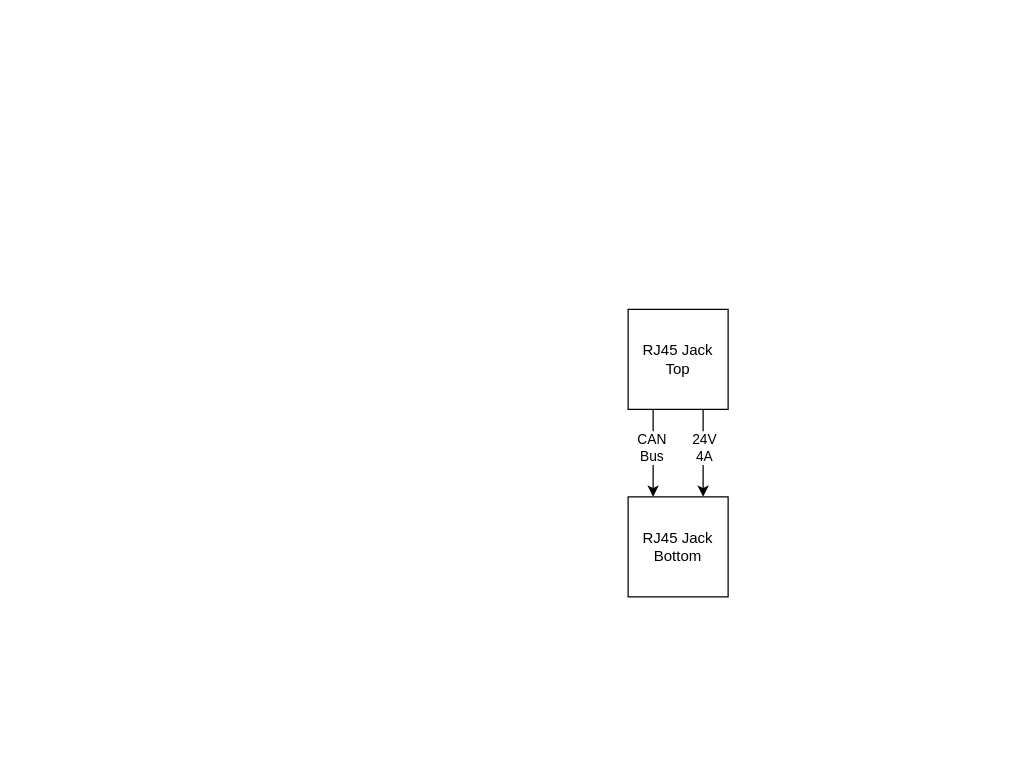
This is BlockDiagrams/NodeControllerV2Block.drawio from ProjectFishWorks/Documentation, a draw.io file, before an edit. Source tidied: cells renumbered, new cells numbered last; positions are measured from the earlier drawing's top-left corner, leaving out a move shared by most shapes. Both pictures are drawn from the tidied source at 125%, with x=0, y=0 at pixel (628, 309).
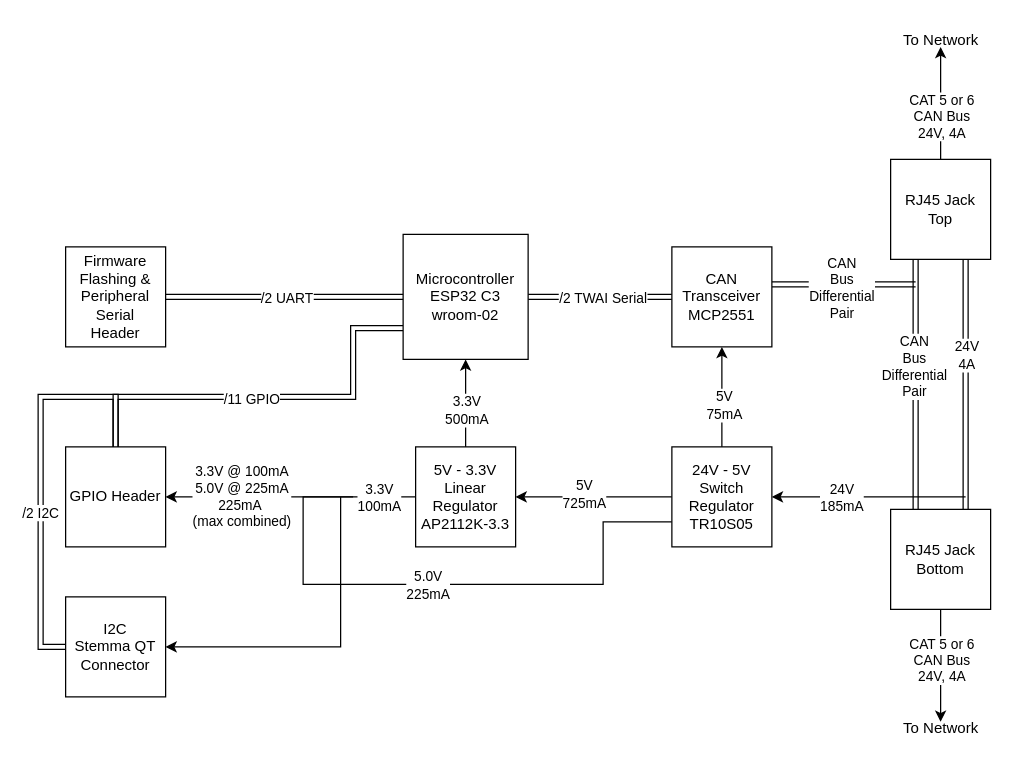
The same page after the edit.

The edit, as a diff of the source:
```diff
@@
+    <mxCell id="8" style="edgeStyle=orthogonalEdgeStyle;rounded=0;jettySize=auto;html=1;shape=link;" parent="1" edge="1" source="21">
+      <mxGeometry relative="1" as="geometry">
+        <mxPoint x="230" y="-20" as="targetPoint" />
+        <Array as="points">
+          <mxPoint x="230" y="-20" />
+        </Array>
+      </mxGeometry>
+    </mxCell>
+    <mxCell id="9" value="CAN&lt;div&gt;Bus&lt;/div&gt;&lt;div&gt;Differential&lt;br&gt;&lt;/div&gt;&lt;div&gt;Pair&lt;/div&gt;" style="edgeLabel;html=1;align=center;verticalAlign=middle;" parent="8" vertex="1">
+      <mxGeometry x="-0.29" y="-2" relative="1" as="geometry">
+        <mxPoint x="14" as="offset" />
+      </mxGeometry>
+    </mxCell>
-    <mxCell id="2" style="edgeStyle=orthogonalEdgeStyle;rounded=0;jettySize=auto;html=1;exitX=0.25;exitY=1;exitDx=0;exitDy=0;entryX=0.25;entryY=0;entryDx=0;entryDy=0;" parent="1" edge="1" source="6" target="7">
+    <mxCell id="2" style="edgeStyle=orthogonalEdgeStyle;rounded=0;jettySize=auto;html=1;exitX=0.25;exitY=1;exitDx=0;exitDy=0;entryX=0.25;entryY=0;entryDx=0;entryDy=0;shape=link;" parent="1" edge="1" source="6" target="7">
       <mxGeometry relative="1" as="geometry" />
     </mxCell>
-    <mxCell id="3" value="CAN&lt;div&gt;Bus&lt;/div&gt;" style="edgeLabel;html=1;align=center;verticalAlign=middle;" parent="2" vertex="1">
+    <mxCell id="3" value="CAN&lt;div&gt;Bus&lt;/div&gt;&lt;div&gt;Differential&lt;br&gt;&lt;/div&gt;&lt;div&gt;Pair&lt;/div&gt;" style="edgeLabel;html=1;align=center;verticalAlign=middle;" parent="2" vertex="1">
       <mxGeometry x="-0.15" y="-2" relative="1" as="geometry" />
     </mxCell>
-    <mxCell id="4" style="edgeStyle=orthogonalEdgeStyle;rounded=0;jettySize=auto;html=1;exitX=0.75;exitY=1;exitDx=0;exitDy=0;entryX=0.75;entryY=0;entryDx=0;entryDy=0;" parent="1" edge="1" source="6" target="7">
+    <mxCell id="4" style="edgeStyle=orthogonalEdgeStyle;rounded=0;jettySize=auto;html=1;exitX=0.75;exitY=1;exitDx=0;exitDy=0;entryX=0.75;entryY=0;entryDx=0;entryDy=0;shape=link;" parent="1" edge="1" source="6" target="7">
       <mxGeometry relative="1" as="geometry" />
     </mxCell>
@@
+    <mxCell id="10" style="edgeStyle=orthogonalEdgeStyle;rounded=0;jettySize=auto;html=1;" parent="1" edge="1" source="6">
+      <mxGeometry relative="1" as="geometry">
+        <mxPoint x="250" y="-210" as="targetPoint" />
+      </mxGeometry>
+    </mxCell>
+    <mxCell id="11" value="CAT 5 or 6&lt;div&gt;CAN Bus&lt;/div&gt;&lt;div&gt;24V, 4A&lt;/div&gt;" style="edgeLabel;html=1;align=center;verticalAlign=middle;" parent="10" vertex="1">
+      <mxGeometry x="-0.1" y="-1" relative="1" as="geometry">
+        <mxPoint x="-1" y="6" as="offset" />
+      </mxGeometry>
+    </mxCell>
     <mxCell id="6" value="RJ45 Jack&lt;div&gt;Top&lt;/div&gt;" style="whiteSpace=wrap;html=1;" parent="1" vertex="1">
-      <mxGeometry width="80" height="80" as="geometry" />
+      <mxGeometry x="210" y="-120" width="80" height="80" as="geometry" />
     </mxCell>
+    <mxCell id="12" style="edgeStyle=orthogonalEdgeStyle;rounded=0;jettySize=auto;html=1;" parent="1" edge="1" source="7">
+      <mxGeometry relative="1" as="geometry">
+        <mxPoint x="250" y="330" as="targetPoint" />
+      </mxGeometry>
+    </mxCell>
     <mxCell id="7" value="RJ45 Jack&lt;div&gt;Bottom&lt;/div&gt;" style="whiteSpace=wrap;html=1;" parent="1" vertex="1">
-      <mxGeometry y="150" width="80" height="80" as="geometry" />
+      <mxGeometry x="210" y="160" width="80" height="80" as="geometry" />
     </mxCell>
+    <mxCell id="13" value="To Network" style="text;html=1;align=center;verticalAlign=middle;strokeColor=none;fillColor=none;" parent="1" vertex="1">
+      <mxGeometry x="210" y="-230" width="80" height="30" as="geometry" />
+    </mxCell>
+    <mxCell id="14" value="To Network" style="text;html=1;align=center;verticalAlign=middle;strokeColor=none;fillColor=none;" parent="1" vertex="1">
+      <mxGeometry x="210" y="320" width="80" height="30" as="geometry" />
+    </mxCell>
+    <mxCell id="15" value="CAT 5 or 6&lt;div&gt;CAN Bus&lt;/div&gt;&lt;div&gt;24V, 4A&lt;/div&gt;" style="edgeLabel;html=1;align=center;verticalAlign=middle;" parent="1" vertex="1">
+      <mxGeometry x="250" y="280" as="geometry" />
+    </mxCell>
+    <mxCell id="16" style="edgeStyle=orthogonalEdgeStyle;rounded=0;jettySize=auto;html=1;entryX=0;entryY=0.5;entryDx=0;entryDy=0;shape=link;" parent="1" edge="1" source="20" target="21">
+      <mxGeometry relative="1" as="geometry" />
+    </mxCell>
+    <mxCell id="17" value="/2 TWAI Serial" style="edgeLabel;html=1;align=center;verticalAlign=middle;" parent="16" vertex="1">
+      <mxGeometry x="0.19" relative="1" as="geometry">
+        <mxPoint x="-9" as="offset" />
+      </mxGeometry>
+    </mxCell>
+    <mxCell id="18" style="edgeStyle=orthogonalEdgeStyle;rounded=0;jettySize=auto;html=1;exitX=0;exitY=0.75;exitDx=0;exitDy=0;entryX=0.5;entryY=0;entryDx=0;entryDy=0;shape=link;" parent="1" edge="1" source="20" target="40">
+      <mxGeometry relative="1" as="geometry">
+        <Array as="points">
+          <mxPoint x="-220" y="15" />
+          <mxPoint x="-220" y="70" />
+          <mxPoint x="-410" y="70" />
+        </Array>
+      </mxGeometry>
+    </mxCell>
+    <mxCell id="19" value="/11 GPIO" style="edgeLabel;html=1;align=center;verticalAlign=middle;" parent="18" vertex="1">
+      <mxGeometry x="0.09" y="1" relative="1" as="geometry" />
+    </mxCell>
+    <mxCell id="20" value="&lt;div&gt;Microcontroller&lt;/div&gt;ESP32 C3&lt;div&gt;wroom-02&lt;/div&gt;" style="whiteSpace=wrap;html=1;" parent="1" vertex="1">
+      <mxGeometry x="-180" y="-60" width="100" height="100" as="geometry" />
+    </mxCell>
+    <mxCell id="21" value="CAN Transceiver&lt;div&gt;MCP2551&lt;/div&gt;" style="whiteSpace=wrap;html=1;" parent="1" vertex="1">
+      <mxGeometry x="35" y="-50" width="80" height="80" as="geometry" />
+    </mxCell>
+    <mxCell id="22" style="edgeStyle=orthogonalEdgeStyle;rounded=0;jettySize=auto;html=1;" parent="1" edge="1" target="30">
+      <mxGeometry relative="1" as="geometry">
+        <mxPoint x="270" y="150" as="sourcePoint" />
+        <Array as="points">
+          <mxPoint x="130" y="150" />
+          <mxPoint x="130" y="150" />
+        </Array>
+      </mxGeometry>
+    </mxCell>
+    <mxCell id="23" value="24V&lt;div&gt;185mA&lt;/div&gt;" style="edgeLabel;html=1;align=center;verticalAlign=middle;" parent="22" vertex="1">
+      <mxGeometry x="-0.2" y="-2" relative="1" as="geometry">
+        <mxPoint x="-38" y="2" as="offset" />
+      </mxGeometry>
+    </mxCell>
+    <mxCell id="24" style="edgeStyle=orthogonalEdgeStyle;rounded=0;jettySize=auto;html=1;entryX=0.5;entryY=1;entryDx=0;entryDy=0;" parent="1" edge="1" source="30" target="21">
+      <mxGeometry relative="1" as="geometry" />
+    </mxCell>
+    <mxCell id="25" value="5V&lt;div&gt;75mA&lt;/div&gt;" style="edgeLabel;html=1;align=center;verticalAlign=middle;" parent="24" vertex="1">
+      <mxGeometry x="-0.14" y="-1" relative="1" as="geometry" />
+    </mxCell>
+    <mxCell id="26" style="edgeStyle=orthogonalEdgeStyle;rounded=0;jettySize=auto;html=1;entryX=1;entryY=0.5;entryDx=0;entryDy=0;" parent="1" edge="1" source="30" target="36">
+      <mxGeometry relative="1" as="geometry" />
+    </mxCell>
+    <mxCell id="27" value="&lt;div&gt;5V&lt;/div&gt;725mA" style="edgeLabel;html=1;align=center;verticalAlign=middle;" parent="26" vertex="1">
+      <mxGeometry x="0.14" y="-3" relative="1" as="geometry" />
+    </mxCell>
+    <mxCell id="28" style="edgeStyle=orthogonalEdgeStyle;rounded=0;jettySize=auto;html=1;exitX=0;exitY=0.75;exitDx=0;exitDy=0;startArrow=none;startFill=0;endArrow=none;endFill=0;" parent="1" edge="1" source="30">
+      <mxGeometry relative="1" as="geometry">
+        <mxPoint x="-220" y="150" as="targetPoint" />
+        <Array as="points">
+          <mxPoint x="-20" y="170" />
+          <mxPoint x="-20" y="220" />
+          <mxPoint x="-260" y="220" />
+          <mxPoint x="-260" y="150" />
+        </Array>
+      </mxGeometry>
+    </mxCell>
+    <mxCell id="29" value="&lt;div&gt;5.0V&lt;/div&gt;225mA" style="edgeLabel;html=1;align=center;verticalAlign=middle;" parent="28" vertex="1">
+      <mxGeometry x="0.08" relative="1" as="geometry" />
+    </mxCell>
+    <mxCell id="30" value="24V - 5V&lt;div&gt;Switch Regulator&lt;/div&gt;&lt;div&gt;TR10S05&lt;/div&gt;" style="whiteSpace=wrap;html=1;" parent="1" vertex="1">
+      <mxGeometry x="35" y="110" width="80" height="80" as="geometry" />
+    </mxCell>
+    <mxCell id="31" style="edgeStyle=orthogonalEdgeStyle;rounded=0;jettySize=auto;html=1;" parent="1" edge="1" source="36" target="20">
+      <mxGeometry relative="1" as="geometry" />
+    </mxCell>
+    <mxCell id="32" value="3.3V&lt;div&gt;500mA&lt;/div&gt;" style="edgeLabel;html=1;align=center;verticalAlign=middle;" parent="31" vertex="1">
+      <mxGeometry x="-0.14" relative="1" as="geometry" />
+    </mxCell>
+    <mxCell id="33" style="edgeStyle=orthogonalEdgeStyle;rounded=0;jettySize=auto;html=1;entryX=1;entryY=0.5;entryDx=0;entryDy=0;" parent="1" edge="1" source="36" target="40">
+      <mxGeometry relative="1" as="geometry" />
+    </mxCell>
+    <mxCell id="34" value="3.3V&lt;div&gt;100mA&lt;/div&gt;" style="edgeLabel;html=1;align=center;verticalAlign=middle;" parent="33" vertex="1">
+      <mxGeometry x="-0.43" y="1" relative="1" as="geometry">
+        <mxPoint x="27" y="-1" as="offset" />
+      </mxGeometry>
+    </mxCell>
+    <mxCell id="35" value="3.3V @ 100mA&lt;div&gt;5.0V @ 225mA&lt;br&gt;&lt;div&gt;&lt;div&gt;225mA&amp;nbsp;&lt;/div&gt;&lt;div&gt;(max combined)&lt;/div&gt;&lt;/div&gt;&lt;/div&gt;" style="edgeLabel;html=1;align=center;verticalAlign=middle;" parent="33" vertex="1">
+      <mxGeometry x="0.44" y="-1" relative="1" as="geometry">
+        <mxPoint x="4" as="offset" />
+      </mxGeometry>
+    </mxCell>
+    <mxCell id="36" value="5V - 3.3V&lt;div&gt;Linear&lt;/div&gt;&lt;div&gt;Regulator&lt;/div&gt;&lt;div&gt;AP2112K-3.3&lt;br&gt;&lt;/div&gt;" style="whiteSpace=wrap;html=1;" parent="1" vertex="1">
+      <mxGeometry x="-170" y="110" width="80" height="80" as="geometry" />
+    </mxCell>
+    <mxCell id="37" style="edgeStyle=orthogonalEdgeStyle;rounded=0;jettySize=auto;html=1;entryX=0;entryY=0.5;entryDx=0;entryDy=0;shape=link;" parent="1" edge="1" source="39" target="20">
+      <mxGeometry relative="1" as="geometry" />
+    </mxCell>
+    <mxCell id="38" value="/2 UART" style="edgeLabel;html=1;align=center;verticalAlign=middle;" parent="37" vertex="1">
+      <mxGeometry x="0.01" relative="1" as="geometry" />
+    </mxCell>
+    <mxCell id="39" value="&lt;div&gt;Firmware Flashing &amp;amp; Peripheral Serial&lt;/div&gt;&lt;div&gt;Header&lt;/div&gt;" style="whiteSpace=wrap;html=1;" parent="1" vertex="1">
+      <mxGeometry x="-450" y="-50" width="80" height="80" as="geometry" />
+    </mxCell>
+    <mxCell id="40" value="&lt;div&gt;GPIO Header&lt;/div&gt;" style="whiteSpace=wrap;html=1;" parent="1" vertex="1">
+      <mxGeometry x="-450" y="110" width="80" height="80" as="geometry" />
+    </mxCell>
+    <mxCell id="41" style="edgeStyle=orthogonalEdgeStyle;rounded=0;jettySize=auto;html=1;shape=link;" parent="1" edge="1" source="44">
+      <mxGeometry relative="1" as="geometry">
+        <mxPoint x="-410" y="110" as="targetPoint" />
+        <Array as="points">
+          <mxPoint x="-470" y="270" />
+          <mxPoint x="-470" y="70" />
+          <mxPoint x="-410" y="70" />
+        </Array>
+      </mxGeometry>
+    </mxCell>
+    <mxCell id="42" value="/2 I2C" style="edgeLabel;html=1;align=center;verticalAlign=middle;" parent="41" vertex="1">
+      <mxGeometry x="-0.2" y="1" relative="1" as="geometry" />
+    </mxCell>
+    <mxCell id="43" style="edgeStyle=orthogonalEdgeStyle;rounded=0;jettySize=auto;html=1;" parent="1" edge="1" target="44">
+      <mxGeometry relative="1" as="geometry">
+        <mxPoint x="-230" y="150" as="sourcePoint" />
+        <Array as="points">
+          <mxPoint x="-230" y="270" />
+        </Array>
+      </mxGeometry>
+    </mxCell>
+    <mxCell id="44" value="&lt;div&gt;I2C&lt;/div&gt;&lt;div&gt;Stemma QT&lt;/div&gt;&lt;div&gt;Connector&lt;/div&gt;" style="whiteSpace=wrap;html=1;" parent="1" vertex="1">
+      <mxGeometry x="-450" y="230" width="80" height="80" as="geometry" />
+    </mxCell>
```
